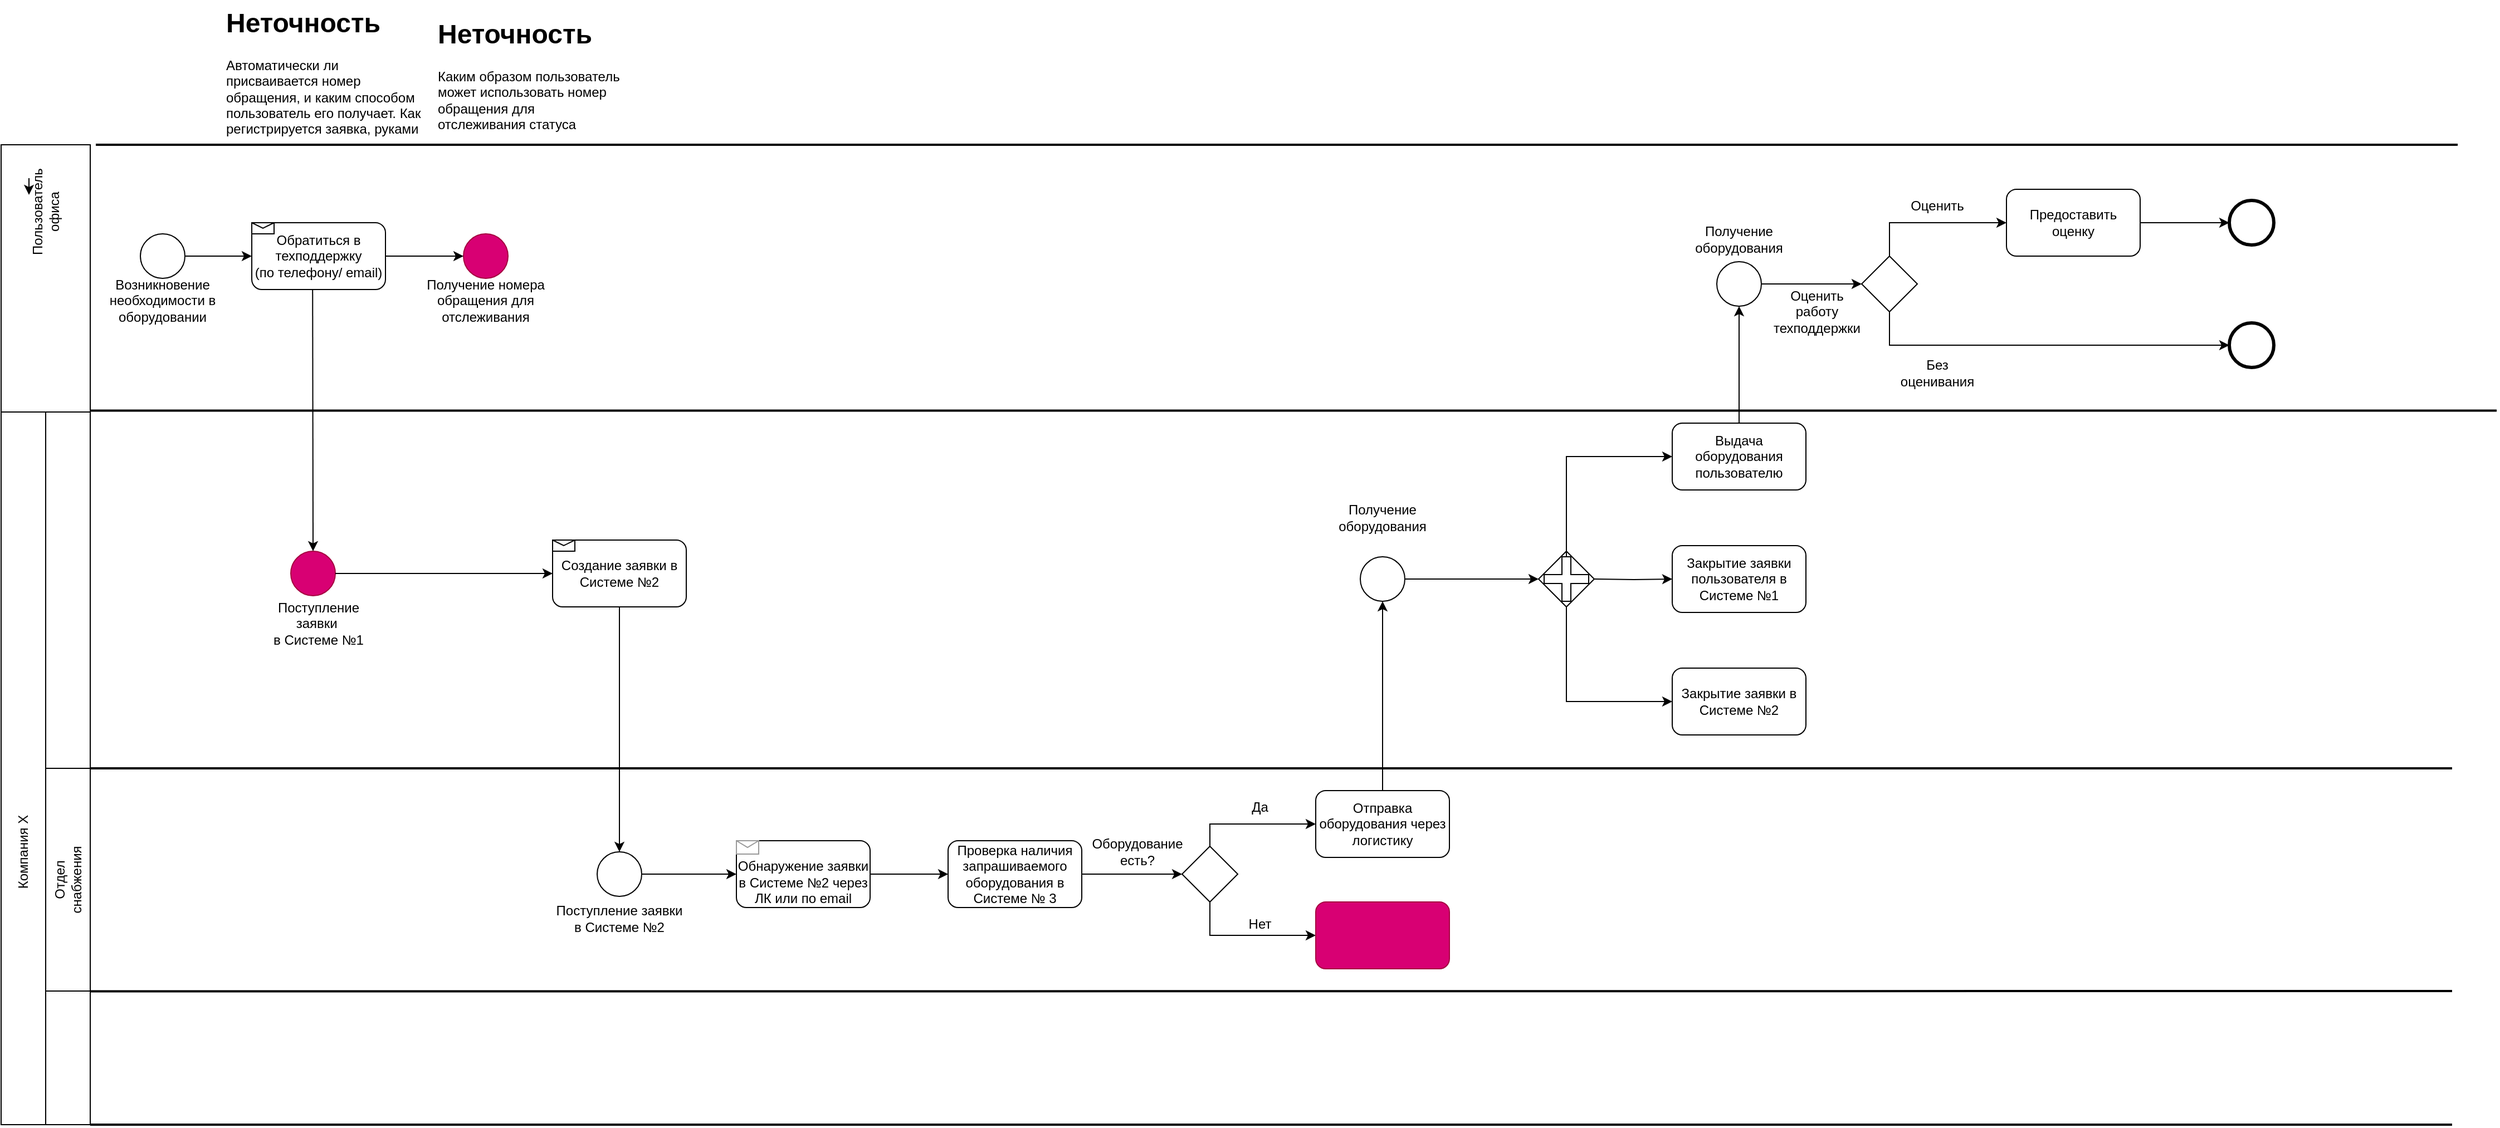
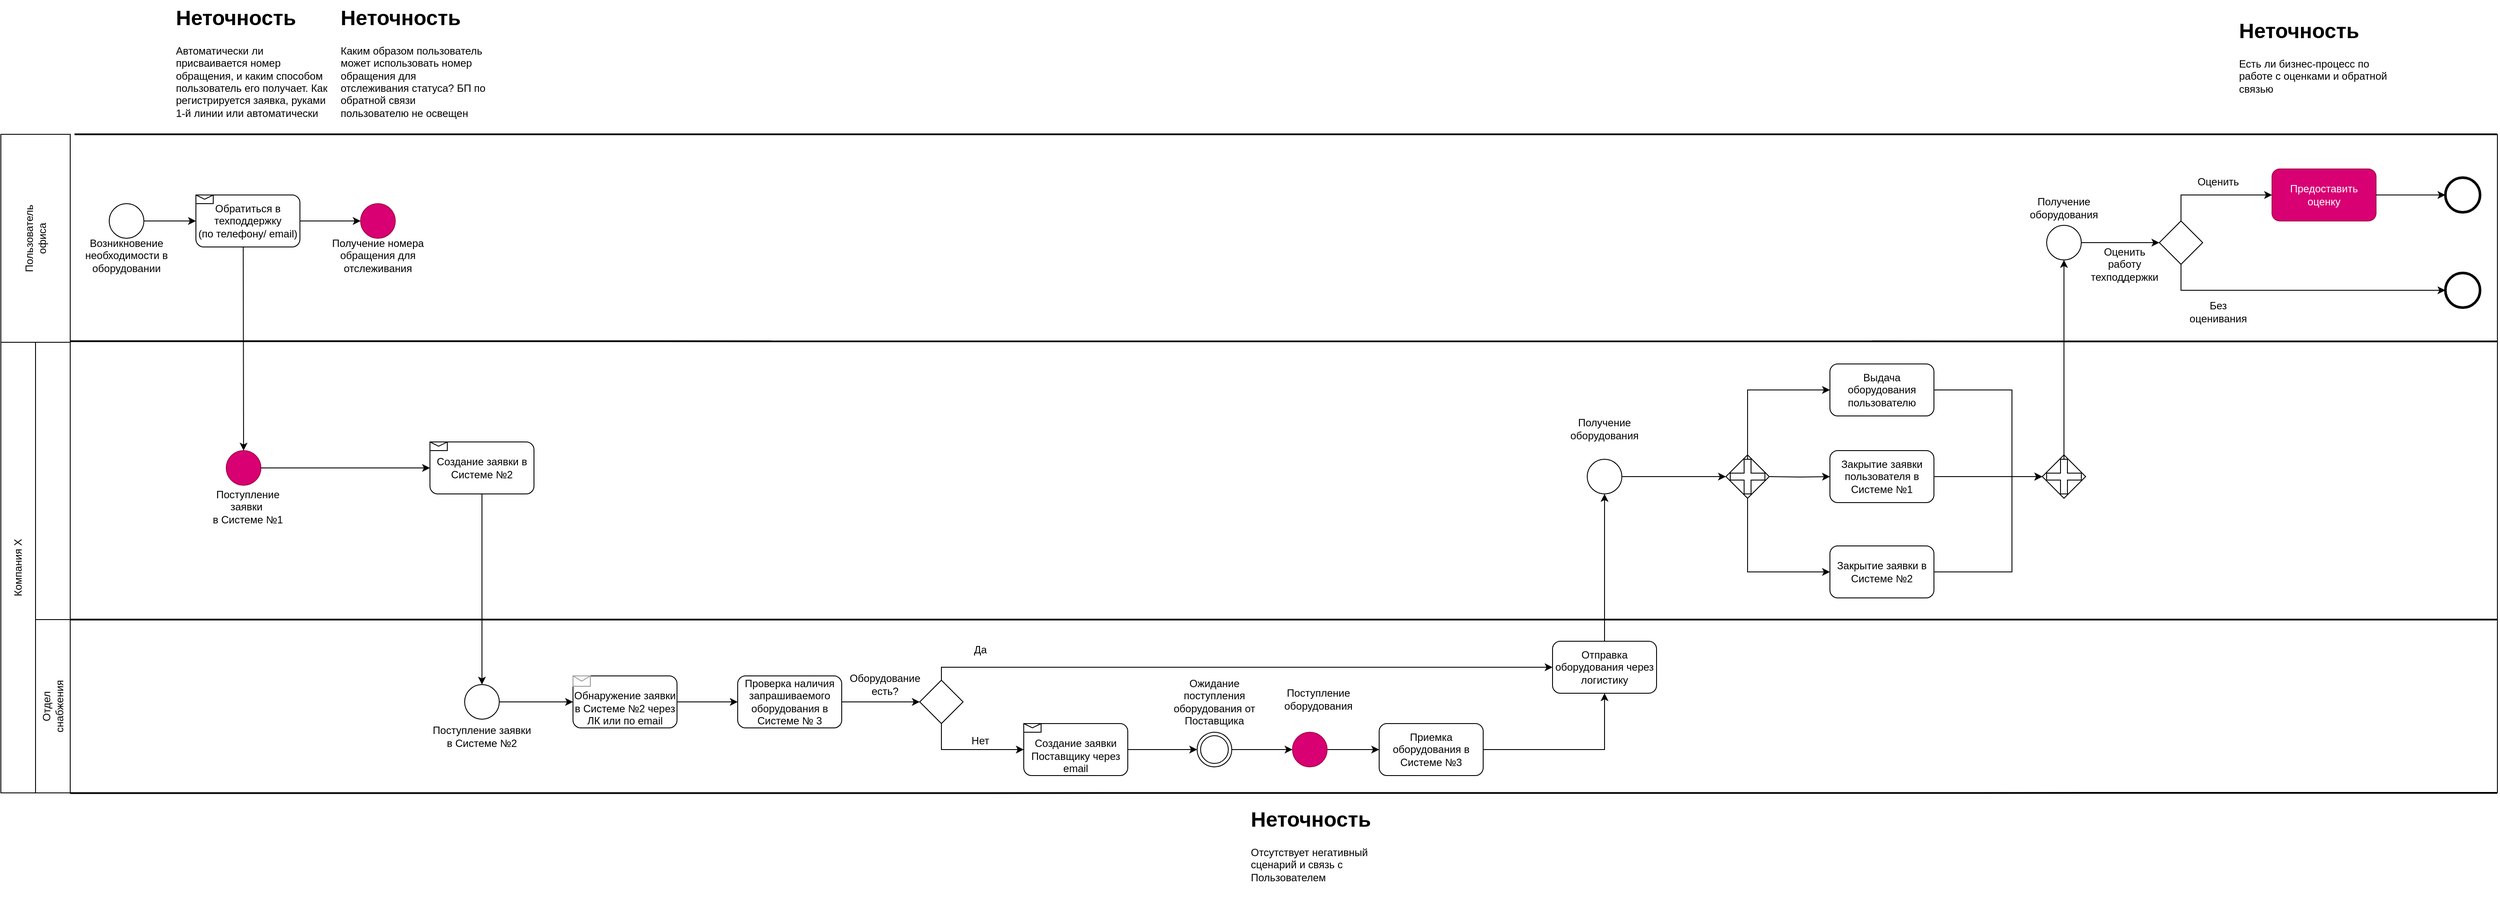
<mxfile host="app.diagrams.net">
  <diagram name="Страница-1" id="6SsGZVheudZXkR8IryFw">
-     <mxGraphModel dx="1664" dy="1674" grid="1" gridSize="10" guides="1" tooltips="1" connect="1" arrows="1" fold="1" page="0" pageScale="1" pageWidth="827" pageHeight="1169" background="none" math="0" shadow="0">
+     <mxGraphModel dx="2180" dy="1943" grid="1" gridSize="10" guides="1" tooltips="1" connect="1" arrows="1" fold="1" page="0" pageScale="1" pageWidth="827" pageHeight="1169" background="none" math="0" shadow="0">
      <root>
        <mxCell id="0" />
        <mxCell id="1" parent="0" />
        <mxCell id="Ya4lB5T6emN3ZDg_C6RV-1" parent="1" style="rounded=0;whiteSpace=wrap;html=1;" value="" vertex="1">
          <mxGeometry height="240" width="80" y="-320" as="geometry" />
        </mxCell>
        <mxCell id="Ya4lB5T6emN3ZDg_C6RV-2" parent="1" style="rounded=0;whiteSpace=wrap;html=1;" value="" vertex="1">
-           <mxGeometry height="640" width="40" y="-80" as="geometry" />
+           <mxGeometry height="520" width="40" y="-80" as="geometry" />
        </mxCell>
        <mxCell id="Ya4lB5T6emN3ZDg_C6RV-3" parent="1" style="text;html=1;whiteSpace=wrap;strokeColor=none;fillColor=none;align=center;verticalAlign=middle;rounded=0;rotation=-90;" value="Пользователь&lt;div&gt;офиса&lt;/div&gt;" vertex="1">
-           <mxGeometry height="30" width="60" x="10" y="-275" as="geometry" />
+           <mxGeometry height="30" width="60" x="10" y="-215" as="geometry" />
        </mxCell>
        <mxCell id="Ya4lB5T6emN3ZDg_C6RV-5" parent="1" style="text;html=1;whiteSpace=wrap;strokeColor=none;fillColor=none;align=center;verticalAlign=middle;rounded=0;rotation=-90;" value="Компания Х" vertex="1">
-           <mxGeometry height="30" width="80" x="-20" y="300" as="geometry" />
+           <mxGeometry height="30" width="80" x="-20" y="165" as="geometry" />
        </mxCell>
        <mxCell id="VbR1kJbd4s5ipAbFhgMN-2" edge="1" parent="1" style="endArrow=none;html=1;rounded=0;exitX=1;exitY=0;exitDx=0;exitDy=0;strokeColor=light-dark(#000000, #ffffff);strokeWidth=2;" value="">
          <mxGeometry height="50" relative="1" width="50" as="geometry">
            <mxPoint x="80" y="-81.25" as="sourcePoint" />
-             <mxPoint x="2240" y="-81.25" as="targetPoint" />
+             <mxPoint x="2880" y="-81" as="targetPoint" />
          </mxGeometry>
        </mxCell>
        <mxCell id="VbR1kJbd4s5ipAbFhgMN-4" parent="1" style="rounded=0;whiteSpace=wrap;html=1;" value="" vertex="1">
          <mxGeometry height="320" width="40" x="40" y="-80" as="geometry" />
        </mxCell>
        <mxCell id="VbR1kJbd4s5ipAbFhgMN-5" parent="1" style="rounded=0;whiteSpace=wrap;html=1;" value="" vertex="1">
          <mxGeometry height="200" width="40" x="40" y="240" as="geometry" />
        </mxCell>
-         <mxCell id="VbR1kJbd4s5ipAbFhgMN-6" parent="1" style="rounded=0;whiteSpace=wrap;html=1;" value="" vertex="1">
-           <mxGeometry height="120" width="40" x="40" y="440" as="geometry" />
-         </mxCell>
        <mxCell id="VbR1kJbd4s5ipAbFhgMN-7" edge="1" parent="1" source="VbR1kJbd4s5ipAbFhgMN-5" style="endArrow=none;html=1;rounded=0;exitX=1;exitY=0;exitDx=0;exitDy=0;strokeWidth=2;" value="">
          <mxGeometry height="50" relative="1" width="50" as="geometry">
            <mxPoint x="250" y="240" as="sourcePoint" />
-             <mxPoint x="2200" y="240" as="targetPoint" />
+             <mxPoint x="2880" y="240" as="targetPoint" />
          </mxGeometry>
        </mxCell>
        <mxCell id="VbR1kJbd4s5ipAbFhgMN-8" edge="1" parent="1" style="endArrow=none;html=1;rounded=0;exitX=1;exitY=0;exitDx=0;exitDy=0;strokeWidth=2;" value="">
          <mxGeometry height="50" relative="1" width="50" as="geometry">
            <mxPoint x="80" y="440.31" as="sourcePoint" />
-             <mxPoint x="2200" y="440" as="targetPoint" />
-           </mxGeometry>
-         </mxCell>
-         <mxCell id="VbR1kJbd4s5ipAbFhgMN-9" edge="1" parent="1" style="endArrow=none;html=1;rounded=0;exitX=1;exitY=0;exitDx=0;exitDy=0;strokeWidth=2;" value="">
-           <mxGeometry height="50" relative="1" width="50" as="geometry">
-             <mxPoint x="80" y="560" as="sourcePoint" />
-             <mxPoint x="2200" y="560" as="targetPoint" />
+             <mxPoint x="2880" y="440" as="targetPoint" />
          </mxGeometry>
        </mxCell>
        <mxCell id="VbR1kJbd4s5ipAbFhgMN-10" edge="1" parent="1" style="endArrow=none;html=1;rounded=0;exitX=1;exitY=0;exitDx=0;exitDy=0;strokeWidth=2;" value="">
          <mxGeometry height="50" relative="1" width="50" as="geometry">
            <mxPoint x="85" y="-320" as="sourcePoint" />
-             <mxPoint x="2205" y="-320" as="targetPoint" />
+             <mxPoint x="2880" y="-320" as="targetPoint" />
          </mxGeometry>
        </mxCell>
        <mxCell id="VbR1kJbd4s5ipAbFhgMN-11" parent="1" style="ellipse;whiteSpace=wrap;html=1;aspect=fixed;fillColor=none;" value="" vertex="1">
          <mxGeometry height="40" width="40" x="125" y="-240" as="geometry" />
        </mxCell>
        <mxCell id="VbR1kJbd4s5ipAbFhgMN-12" parent="1" style="text;html=1;whiteSpace=wrap;strokeColor=none;fillColor=none;align=center;verticalAlign=middle;rounded=0;" value="&lt;font&gt;Возникновение необходимости в оборудовании&lt;/font&gt;" vertex="1">
          <mxGeometry height="50" width="110" x="90" y="-205" as="geometry" />
        </mxCell>
        <mxCell id="VbR1kJbd4s5ipAbFhgMN-16" parent="1" style="ellipse;whiteSpace=wrap;html=1;aspect=fixed;fillColor=#d80073;fontColor=#ffffff;strokeColor=#A50040;" value="" vertex="1">
          <mxGeometry height="40" width="40" x="260" y="45.000000000000114" as="geometry" />
        </mxCell>
        <mxCell id="VbR1kJbd4s5ipAbFhgMN-17" parent="1" style="text;html=1;whiteSpace=wrap;strokeColor=none;fillColor=none;align=center;verticalAlign=middle;rounded=0;" value="Поступление заявки&amp;nbsp;&lt;div&gt;в Системе №1&lt;/div&gt;" vertex="1">
          <mxGeometry height="30" width="110" x="230" y="95" as="geometry" />
        </mxCell>
        <mxCell id="VbR1kJbd4s5ipAbFhgMN-20" parent="1" style="text;html=1;whiteSpace=wrap;strokeColor=none;fillColor=none;align=center;verticalAlign=middle;rounded=0;rotation=-90;" value="&lt;br&gt;&lt;span style=&quot;font-family: Helvetica; font-size: 12px; font-style: normal; font-variant-ligatures: normal; font-variant-caps: normal; font-weight: 400; letter-spacing: normal; orphans: 2; text-indent: 0px; text-transform: none; widows: 2; word-spacing: 0px; -webkit-text-stroke-width: 0px; white-space: normal; text-decoration-thickness: initial; text-decoration-style: initial; text-decoration-color: initial; float: none; display: inline !important;&quot;&gt;&lt;font style=&quot;color: light-dark(rgb(255, 255, 255), rgb(255, 255, 255));&quot;&gt;1-я линия техподдержки&lt;/font&gt;&lt;/span&gt;" vertex="1">
          <mxGeometry height="30" width="60" x="20" y="50" as="geometry" />
        </mxCell>
        <mxCell id="VbR1kJbd4s5ipAbFhgMN-21" parent="1" style="text;html=1;whiteSpace=wrap;overflow=hidden;rounded=0;" value="&lt;h1 style=&quot;margin-top: 0px;&quot;&gt;&lt;font style=&quot;color: light-dark(rgb(0, 0, 0), rgb(241, 156, 153));&quot;&gt;Неточность&lt;/font&gt;&lt;/h1&gt;&lt;p&gt;Автоматически ли присваивается номер обращения, и каким способом пользователь его получает. Как регистрируется заявка, руками 1-й линии или автоматически&lt;/p&gt;" vertex="1">
-           <mxGeometry height="120" width="180" x="200" y="-450" as="geometry" />
+           <mxGeometry height="150" width="180" x="200" y="-475" as="geometry" />
        </mxCell>
        <mxCell id="VbR1kJbd4s5ipAbFhgMN-23" parent="1" style="ellipse;whiteSpace=wrap;html=1;aspect=fixed;fillColor=#d80073;fontColor=#ffffff;strokeColor=#A50040;" value="" vertex="1">
          <mxGeometry height="40" width="40" x="415" y="-239.9999999999999" as="geometry" />
        </mxCell>
        <mxCell id="VbR1kJbd4s5ipAbFhgMN-24" parent="1" style="text;html=1;whiteSpace=wrap;strokeColor=none;fillColor=none;align=center;verticalAlign=middle;rounded=0;" value="Получение номера обращения для отслеживания" vertex="1">
          <mxGeometry height="30" width="130" x="370" y="-195" as="geometry" />
        </mxCell>
-         <mxCell id="VbR1kJbd4s5ipAbFhgMN-25" parent="1" style="text;html=1;whiteSpace=wrap;overflow=hidden;rounded=0;" value="&lt;h1 style=&quot;margin-top: 0px;&quot;&gt;&lt;font style=&quot;color: light-dark(rgb(0, 0, 0), rgb(241, 156, 153));&quot;&gt;Неточность&lt;/font&gt;&lt;/h1&gt;&lt;p&gt;Каким образом пользователь может использовать номер обращения для отслеживания статуса&lt;/p&gt;" vertex="1">
-           <mxGeometry height="120" width="170" x="390" y="-440" as="geometry" />
+         <mxCell id="VbR1kJbd4s5ipAbFhgMN-25" parent="1" style="text;html=1;whiteSpace=wrap;overflow=hidden;rounded=0;" value="&lt;h1 style=&quot;margin-top: 0px;&quot;&gt;&lt;font style=&quot;color: light-dark(rgb(0, 0, 0), rgb(241, 156, 153));&quot;&gt;Неточность&lt;/font&gt;&lt;/h1&gt;&lt;p&gt;Каким образом пользователь может использовать номер обращения для отслеживания статуса? БП по обратной связи пользователю не освещен&lt;/p&gt;" vertex="1">
+           <mxGeometry height="145" width="170" x="390" y="-475" as="geometry" />
        </mxCell>
        <mxCell id="VbR1kJbd4s5ipAbFhgMN-26" edge="1" parent="1" source="VbR1kJbd4s5ipAbFhgMN-11" style="endArrow=classic;html=1;rounded=0;exitX=1;exitY=0.5;exitDx=0;exitDy=0;entryX=0;entryY=0.5;entryDx=0;entryDy=0;" target="VbR1kJbd4s5ipAbFhgMN-37" value="">
          <mxGeometry height="50" relative="1" width="50" as="geometry">
            <mxPoint x="160.00000000000352" y="-19.5" as="sourcePoint" />
            <mxPoint x="220" y="-20" as="targetPoint" />
          </mxGeometry>
        </mxCell>
        <mxCell id="VbR1kJbd4s5ipAbFhgMN-27" edge="1" parent="1" source="VbR1kJbd4s5ipAbFhgMN-37" style="endArrow=classic;html=1;rounded=0;exitX=1;exitY=0.5;exitDx=0;exitDy=0;entryX=0;entryY=0.5;entryDx=0;entryDy=0;" target="VbR1kJbd4s5ipAbFhgMN-23" value="">
          <mxGeometry height="50" relative="1" width="50" as="geometry">
            <mxPoint x="340" y="-20" as="sourcePoint" />
            <mxPoint x="450" y="5" as="targetPoint" />
          </mxGeometry>
        </mxCell>
        <mxCell id="VbR1kJbd4s5ipAbFhgMN-28" edge="1" parent="1" source="VbR1kJbd4s5ipAbFhgMN-37" style="endArrow=classic;html=1;rounded=0;exitX=0.455;exitY=0.976;exitDx=0;exitDy=0;entryX=0.5;entryY=0;entryDx=0;entryDy=0;exitPerimeter=0;" target="VbR1kJbd4s5ipAbFhgMN-16" value="">
          <mxGeometry height="50" relative="1" width="50" as="geometry">
            <mxPoint x="280" y="-20" as="sourcePoint" />
            <mxPoint x="380" y="-5" as="targetPoint" />
          </mxGeometry>
        </mxCell>
        <mxCell id="VbR1kJbd4s5ipAbFhgMN-30" edge="1" parent="1" source="VbR1kJbd4s5ipAbFhgMN-16" style="endArrow=classic;html=1;rounded=0;exitX=1;exitY=0.5;exitDx=0;exitDy=0;entryX=0;entryY=0.5;entryDx=0;entryDy=0;" value="">
          <mxGeometry height="50" relative="1" width="50" as="geometry">
            <mxPoint x="660" y="125" as="sourcePoint" />
            <mxPoint x="495" y="65" as="targetPoint" />
          </mxGeometry>
        </mxCell>
        <mxCell id="VbR1kJbd4s5ipAbFhgMN-31" parent="1" style="ellipse;whiteSpace=wrap;html=1;aspect=fixed;fillColor=none;" value="" vertex="1">
          <mxGeometry height="40" width="40" x="535" y="315.0000000000001" as="geometry" />
        </mxCell>
        <mxCell id="VbR1kJbd4s5ipAbFhgMN-32" parent="1" style="text;html=1;whiteSpace=wrap;strokeColor=none;fillColor=none;align=center;verticalAlign=middle;rounded=0;rotation=-90;" value="Отдел снабжения" vertex="1">
          <mxGeometry height="30" width="60" x="30" y="325" as="geometry" />
        </mxCell>
        <mxCell id="VbR1kJbd4s5ipAbFhgMN-33" parent="1" style="text;html=1;whiteSpace=wrap;strokeColor=none;fillColor=none;align=center;verticalAlign=middle;rounded=0;" value="Поступление заявки в Системе №2" vertex="1">
          <mxGeometry height="30" width="120" x="495" y="360" as="geometry" />
        </mxCell>
        <mxCell id="VbR1kJbd4s5ipAbFhgMN-35" edge="1" parent="1" source="VbR1kJbd4s5ipAbFhgMN-36" style="endArrow=classic;html=1;rounded=0;exitX=0.5;exitY=1;exitDx=0;exitDy=0;entryX=0.5;entryY=0;entryDx=0;entryDy=0;" target="VbR1kJbd4s5ipAbFhgMN-31" value="">
          <mxGeometry height="50" relative="1" width="50" as="geometry">
            <mxPoint x="555" y="200" as="sourcePoint" />
            <mxPoint x="780" y="250" as="targetPoint" />
          </mxGeometry>
        </mxCell>
        <mxCell id="VbR1kJbd4s5ipAbFhgMN-36" parent="1" style="rounded=1;whiteSpace=wrap;html=1;" value="Создание заявки в Системе №2" vertex="1">
          <mxGeometry height="60" width="120" x="495" y="35" as="geometry" />
        </mxCell>
        <mxCell id="VbR1kJbd4s5ipAbFhgMN-37" parent="1" style="rounded=1;whiteSpace=wrap;html=1;" value="Обратиться в техподдержку&lt;div&gt;(по телефону/ email)&lt;/div&gt;" vertex="1">
          <mxGeometry height="60" width="120" x="225" y="-250" as="geometry" />
        </mxCell>
        <mxCell id="VbR1kJbd4s5ipAbFhgMN-38" parent="1" style="shape=message;html=1;html=1;outlineConnect=0;labelPosition=center;verticalLabelPosition=bottom;align=center;verticalAlign=top;" value="" vertex="1">
          <mxGeometry height="10" width="20" x="225" y="-250" as="geometry" />
        </mxCell>
        <mxCell id="VbR1kJbd4s5ipAbFhgMN-41" parent="1" style="shape=message;html=1;html=1;outlineConnect=0;labelPosition=center;verticalLabelPosition=bottom;align=center;verticalAlign=top;" value="" vertex="1">
          <mxGeometry height="10" width="20" x="495" y="35" as="geometry" />
        </mxCell>
        <mxCell id="VbR1kJbd4s5ipAbFhgMN-46" edge="1" parent="1" source="VbR1kJbd4s5ipAbFhgMN-42" style="edgeStyle=orthogonalEdgeStyle;rounded=0;orthogonalLoop=1;jettySize=auto;html=1;exitX=1;exitY=0.5;exitDx=0;exitDy=0;entryX=0;entryY=0.5;entryDx=0;entryDy=0;" target="VbR1kJbd4s5ipAbFhgMN-45">
          <mxGeometry relative="1" as="geometry" />
        </mxCell>
-         <mxCell id="VbR1kJbd4s5ipAbFhgMN-42" parent="1" style="rounded=1;whiteSpace=wrap;html=1;" value="&lt;div&gt;&lt;br&gt;&lt;/div&gt;Обнаружение заявки в Системе №2 через ЛК или по email" vertex="1">
+         <mxCell id="VbR1kJbd4s5ipAbFhgMN-42" parent="1" style="rounded=1;whiteSpace=wrap;html=1;" value="&lt;div&gt;&lt;br&gt;&lt;/div&gt;&lt;div&gt;Обнаружение заявки в Системе №2 через ЛК или по email&lt;/div&gt;" vertex="1">
          <mxGeometry height="60" width="120" x="660" y="305" as="geometry" />
        </mxCell>
        <mxCell id="VbR1kJbd4s5ipAbFhgMN-43" parent="1" style="verticalLabelPosition=bottom;shadow=0;dashed=0;align=center;html=1;verticalAlign=top;strokeWidth=1;shape=mxgraph.mockup.misc.mail2;strokeColor=#999999;" value="" vertex="1">
          <mxGeometry height="12" width="20" x="660" y="305" as="geometry" />
        </mxCell>
        <mxCell id="VbR1kJbd4s5ipAbFhgMN-44" edge="1" parent="1" source="VbR1kJbd4s5ipAbFhgMN-31" style="endArrow=classic;html=1;rounded=0;exitX=1;exitY=0.5;exitDx=0;exitDy=0;entryX=0;entryY=0.5;entryDx=0;entryDy=0;" target="VbR1kJbd4s5ipAbFhgMN-42" value="">
          <mxGeometry height="50" relative="1" width="50" as="geometry">
            <mxPoint x="760" y="315" as="sourcePoint" />
            <mxPoint x="810" y="265" as="targetPoint" />
          </mxGeometry>
        </mxCell>
        <mxCell id="VbR1kJbd4s5ipAbFhgMN-49" edge="1" parent="1" source="VbR1kJbd4s5ipAbFhgMN-45" style="edgeStyle=orthogonalEdgeStyle;rounded=0;orthogonalLoop=1;jettySize=auto;html=1;exitX=1;exitY=0.5;exitDx=0;exitDy=0;entryX=0;entryY=0.5;entryDx=0;entryDy=0;" target="VbR1kJbd4s5ipAbFhgMN-47">
          <mxGeometry relative="1" as="geometry" />
        </mxCell>
        <mxCell id="VbR1kJbd4s5ipAbFhgMN-45" parent="1" style="rounded=1;whiteSpace=wrap;html=1;" value="Проверка наличия запрашиваемого оборудования в Системе № 3" vertex="1">
          <mxGeometry height="60" width="120" x="850" y="305" as="geometry" />
        </mxCell>
        <mxCell id="VbR1kJbd4s5ipAbFhgMN-58" edge="1" parent="1" source="VbR1kJbd4s5ipAbFhgMN-47" style="edgeStyle=orthogonalEdgeStyle;rounded=0;orthogonalLoop=1;jettySize=auto;html=1;exitX=0.5;exitY=0;exitDx=0;exitDy=0;entryX=0;entryY=0.5;entryDx=0;entryDy=0;" target="VbR1kJbd4s5ipAbFhgMN-52">
          <mxGeometry relative="1" as="geometry">
            <Array as="points">
-               <mxPoint x="1085" y="290" />
-               <mxPoint x="1180" y="290" />
+               <mxPoint x="1085" y="295" />
            </Array>
            <mxPoint x="1150" y="320" as="targetPoint" />
          </mxGeometry>
        </mxCell>
        <mxCell id="VbR1kJbd4s5ipAbFhgMN-60" edge="1" parent="1" source="VbR1kJbd4s5ipAbFhgMN-47" style="edgeStyle=orthogonalEdgeStyle;rounded=0;orthogonalLoop=1;jettySize=auto;html=1;entryX=0;entryY=0.5;entryDx=0;entryDy=0;exitX=0.5;exitY=1;exitDx=0;exitDy=0;" target="VbR1kJbd4s5ipAbFhgMN-59">
          <mxGeometry relative="1" as="geometry">
            <mxPoint x="1085" y="410" as="targetPoint" />
          </mxGeometry>
        </mxCell>
        <mxCell id="VbR1kJbd4s5ipAbFhgMN-47" parent="1" style="rhombus;whiteSpace=wrap;html=1;" value="" vertex="1">
          <mxGeometry height="50" width="50" x="1060" y="310" as="geometry" />
        </mxCell>
        <mxCell id="VbR1kJbd4s5ipAbFhgMN-48" parent="1" style="text;html=1;whiteSpace=wrap;strokeColor=none;fillColor=none;align=center;verticalAlign=middle;rounded=0;" value="Оборудование есть?" vertex="1">
          <mxGeometry height="30" width="60" x="990" y="300" as="geometry" />
        </mxCell>
        <mxCell id="VbR1kJbd4s5ipAbFhgMN-51" parent="1" style="text;html=1;whiteSpace=wrap;strokeColor=none;fillColor=none;align=center;verticalAlign=middle;rounded=0;" value="Да" vertex="1">
          <mxGeometry height="30" width="60" x="1100" y="260" as="geometry" />
        </mxCell>
        <mxCell id="VbR1kJbd4s5ipAbFhgMN-56" edge="1" parent="1" source="VbR1kJbd4s5ipAbFhgMN-52" style="edgeStyle=orthogonalEdgeStyle;rounded=0;orthogonalLoop=1;jettySize=auto;html=1;exitX=0.5;exitY=0;exitDx=0;exitDy=0;entryX=0.5;entryY=1;entryDx=0;entryDy=0;" target="VbR1kJbd4s5ipAbFhgMN-54">
          <mxGeometry relative="1" as="geometry" />
        </mxCell>
        <mxCell id="VbR1kJbd4s5ipAbFhgMN-52" parent="1" style="rounded=1;whiteSpace=wrap;html=1;" value="Отправка оборудования через логистику" vertex="1">
-           <mxGeometry height="60" width="120" x="1180" y="260" as="geometry" />
+           <mxGeometry height="60" width="120" x="1790" y="265" as="geometry" />
        </mxCell>
        <mxCell id="VbR1kJbd4s5ipAbFhgMN-69" edge="1" parent="1" source="VbR1kJbd4s5ipAbFhgMN-54" style="edgeStyle=orthogonalEdgeStyle;rounded=0;orthogonalLoop=1;jettySize=auto;html=1;">
          <mxGeometry relative="1" as="geometry">
-             <mxPoint x="1380" y="70" as="targetPoint" />
+             <mxPoint x="1990" y="75" as="targetPoint" />
          </mxGeometry>
        </mxCell>
        <mxCell id="VbR1kJbd4s5ipAbFhgMN-54" parent="1" style="ellipse;whiteSpace=wrap;html=1;aspect=fixed;fillColor=none;" value="" vertex="1">
-           <mxGeometry height="40" width="40" x="1220" y="50.000000000000114" as="geometry" />
+           <mxGeometry height="40" width="40" x="1830" y="55.000000000000114" as="geometry" />
        </mxCell>
        <mxCell id="VbR1kJbd4s5ipAbFhgMN-55" parent="1" style="text;html=1;whiteSpace=wrap;strokeColor=none;fillColor=none;align=center;verticalAlign=middle;rounded=0;" value="Получение оборудования" vertex="1">
-           <mxGeometry height="30" width="60" x="1210" as="geometry" />
-         </mxCell>
-         <mxCell id="VbR1kJbd4s5ipAbFhgMN-59" parent="1" style="rounded=1;whiteSpace=wrap;html=1;fillColor=#d80073;fontColor=#ffffff;strokeColor=#A50040;" value="" vertex="1">
+           <mxGeometry height="30" width="60" x="1820" y="5" as="geometry" />
+         </mxCell>
+         <mxCell id="VbR1kJbd4s5ipAbFhgMN-59" parent="1" style="rounded=1;whiteSpace=wrap;html=1;" value="&lt;div&gt;&lt;br&gt;&lt;/div&gt;&lt;div&gt;Создание заявки Поставщику через email&lt;/div&gt;" vertex="1">
          <mxGeometry height="60" width="120" x="1180" y="360" as="geometry" />
        </mxCell>
        <mxCell id="VbR1kJbd4s5ipAbFhgMN-61" parent="1" style="text;html=1;whiteSpace=wrap;strokeColor=none;fillColor=none;align=center;verticalAlign=middle;rounded=0;" value="Нет" vertex="1">
          <mxGeometry height="30" width="60" x="1100" y="365" as="geometry" />
        </mxCell>
-         <mxCell id="VbR1kJbd4s5ipAbFhgMN-78" edge="1" parent="1" source="VbR1kJbd4s5ipAbFhgMN-62" style="edgeStyle=orthogonalEdgeStyle;rounded=0;orthogonalLoop=1;jettySize=auto;html=1;exitX=0.5;exitY=0;exitDx=0;exitDy=0;entryX=0.5;entryY=1;entryDx=0;entryDy=0;" target="VbR1kJbd4s5ipAbFhgMN-71">
-           <mxGeometry relative="1" as="geometry" />
+         <mxCell id="VbR1kJbd4s5ipAbFhgMN-112" edge="1" parent="1" source="VbR1kJbd4s5ipAbFhgMN-62" style="edgeStyle=orthogonalEdgeStyle;rounded=0;orthogonalLoop=1;jettySize=auto;html=1;exitX=1;exitY=0.5;exitDx=0;exitDy=0;entryX=0;entryY=0.5;entryDx=0;entryDy=0;" target="VbR1kJbd4s5ipAbFhgMN-110">
+           <mxGeometry relative="1" as="geometry">
+             <Array as="points">
+               <mxPoint x="2320" y="-25" />
+               <mxPoint x="2320" y="75" />
+             </Array>
+           </mxGeometry>
        </mxCell>
        <mxCell id="VbR1kJbd4s5ipAbFhgMN-62" parent="1" style="rounded=1;whiteSpace=wrap;html=1;" value="Выдача оборудования пользователю" vertex="1">
-           <mxGeometry height="60" width="120" x="1500" y="-70" as="geometry" />
-         </mxCell>
-         <mxCell id="VbR1kJbd4s5ipAbFhgMN-63" edge="1" parent="1" source="Ya4lB5T6emN3ZDg_C6RV-3" style="edgeStyle=orthogonalEdgeStyle;rounded=0;orthogonalLoop=1;jettySize=auto;html=1;exitX=1;exitY=0;exitDx=0;exitDy=0;entryX=0.75;entryY=0;entryDx=0;entryDy=0;" target="Ya4lB5T6emN3ZDg_C6RV-3">
+           <mxGeometry height="60" width="120" x="2110" y="-55" as="geometry" />
+         </mxCell>
+         <mxCell id="VbR1kJbd4s5ipAbFhgMN-114" edge="1" parent="1" source="VbR1kJbd4s5ipAbFhgMN-65" style="edgeStyle=orthogonalEdgeStyle;rounded=0;orthogonalLoop=1;jettySize=auto;html=1;exitX=1;exitY=0.5;exitDx=0;exitDy=0;entryX=0;entryY=0.5;entryDx=0;entryDy=0;" target="VbR1kJbd4s5ipAbFhgMN-110">
          <mxGeometry relative="1" as="geometry" />
        </mxCell>
        <mxCell id="VbR1kJbd4s5ipAbFhgMN-65" parent="1" style="rounded=1;whiteSpace=wrap;html=1;" value="Закрытие заявки пользователя в Системе №1" vertex="1">
-           <mxGeometry height="60" width="120" x="1500" y="40" as="geometry" />
+           <mxGeometry height="60" width="120" x="2110" y="45" as="geometry" />
+         </mxCell>
+         <mxCell id="VbR1kJbd4s5ipAbFhgMN-113" edge="1" parent="1" source="VbR1kJbd4s5ipAbFhgMN-66" style="edgeStyle=orthogonalEdgeStyle;rounded=0;orthogonalLoop=1;jettySize=auto;html=1;exitX=1;exitY=0.5;exitDx=0;exitDy=0;entryX=0;entryY=0.5;entryDx=0;entryDy=0;" target="VbR1kJbd4s5ipAbFhgMN-110">
+           <mxGeometry relative="1" as="geometry">
+             <Array as="points">
+               <mxPoint x="2320" y="185" />
+               <mxPoint x="2320" y="75" />
+             </Array>
+           </mxGeometry>
        </mxCell>
        <mxCell id="VbR1kJbd4s5ipAbFhgMN-66" parent="1" style="rounded=1;whiteSpace=wrap;html=1;" value="Закрытие заявки в Системе №2" vertex="1">
-           <mxGeometry height="60" width="120" x="1500" y="150" as="geometry" />
+           <mxGeometry height="60" width="120" x="2110" y="155" as="geometry" />
        </mxCell>
        <mxCell id="VbR1kJbd4s5ipAbFhgMN-77" edge="1" parent="1" source="VbR1kJbd4s5ipAbFhgMN-67" style="edgeStyle=orthogonalEdgeStyle;rounded=0;orthogonalLoop=1;jettySize=auto;html=1;entryX=0;entryY=0.5;entryDx=0;entryDy=0;" target="VbR1kJbd4s5ipAbFhgMN-66">
          <mxGeometry relative="1" as="geometry">
            <Array as="points">
-               <mxPoint x="1405" y="180" />
+               <mxPoint x="2015" y="185" />
            </Array>
          </mxGeometry>
        </mxCell>
        <mxCell id="VbR1kJbd4s5ipAbFhgMN-67" parent="1" style="rhombus;whiteSpace=wrap;html=1;" value="" vertex="1">
-           <mxGeometry height="50" width="50" x="1380" y="45" as="geometry" />
+           <mxGeometry height="50" width="50" x="1990" y="50" as="geometry" />
        </mxCell>
        <mxCell id="VbR1kJbd4s5ipAbFhgMN-70" edge="1" parent="1" style="edgeStyle=orthogonalEdgeStyle;rounded=0;orthogonalLoop=1;jettySize=auto;html=1;entryX=0;entryY=0.5;entryDx=0;entryDy=0;" target="VbR1kJbd4s5ipAbFhgMN-65">
          <mxGeometry relative="1" as="geometry">
-             <mxPoint x="1430" y="70" as="sourcePoint" />
+             <mxPoint x="2040" y="75" as="sourcePoint" />
          </mxGeometry>
        </mxCell>
        <mxCell id="VbR1kJbd4s5ipAbFhgMN-79" edge="1" parent="1" source="VbR1kJbd4s5ipAbFhgMN-71" style="edgeStyle=orthogonalEdgeStyle;rounded=0;orthogonalLoop=1;jettySize=auto;html=1;">
          <mxGeometry relative="1" as="geometry">
-             <mxPoint x="1670" y="-195" as="targetPoint" />
+             <mxPoint x="2490" y="-195" as="targetPoint" />
          </mxGeometry>
        </mxCell>
        <mxCell id="VbR1kJbd4s5ipAbFhgMN-71" parent="1" style="ellipse;whiteSpace=wrap;html=1;aspect=fixed;fillColor=none;" value="" vertex="1">
-           <mxGeometry height="40" width="40" x="1540" y="-215" as="geometry" />
+           <mxGeometry height="40" width="40" x="2360" y="-215" as="geometry" />
        </mxCell>
        <mxCell id="VbR1kJbd4s5ipAbFhgMN-72" parent="1" style="text;html=1;whiteSpace=wrap;strokeColor=none;fillColor=none;align=center;verticalAlign=middle;rounded=0;" value="Получение оборудования" vertex="1">
-           <mxGeometry height="30" width="60" x="1530" y="-250" as="geometry" />
-         </mxCell>
-         <mxCell id="VbR1kJbd4s5ipAbFhgMN-76" edge="1" parent="1" source="VbR1kJbd4s5ipAbFhgMN-73" style="edgeStyle=orthogonalEdgeStyle;rounded=0;orthogonalLoop=1;jettySize=auto;html=1;entryX=0;entryY=0.5;entryDx=0;entryDy=0;exitX=0.5;exitY=0;exitDx=0;exitDy=0;exitPerimeter=0;" target="VbR1kJbd4s5ipAbFhgMN-62">
-           <mxGeometry relative="1" as="geometry">
-             <Array as="points">
-               <mxPoint x="1405" y="-40" />
-             </Array>
-             <mxPoint x="1405" y="40" as="sourcePoint" />
-             <mxPoint x="1400" y="-40" as="targetPoint" />
+           <mxGeometry height="30" width="60" x="2350" y="-250" as="geometry" />
+         </mxCell>
+         <mxCell id="VbR1kJbd4s5ipAbFhgMN-76" edge="1" parent="1" source="VbR1kJbd4s5ipAbFhgMN-73" style="edgeStyle=orthogonalEdgeStyle;rounded=0;orthogonalLoop=1;jettySize=auto;html=1;exitX=0.5;exitY=0;exitDx=0;exitDy=0;exitPerimeter=0;">
+           <mxGeometry relative="1" as="geometry">
+             <Array as="points">
+               <mxPoint x="2015" y="-25" />
+               <mxPoint x="2110" y="-25" />
+             </Array>
+             <mxPoint x="2015" y="45" as="sourcePoint" />
+             <mxPoint x="2110" y="-25" as="targetPoint" />
          </mxGeometry>
        </mxCell>
        <mxCell id="VbR1kJbd4s5ipAbFhgMN-73" parent="1" style="shape=cross;whiteSpace=wrap;html=1;" value="" vertex="1">
-           <mxGeometry height="40" width="40" x="1385" y="50" as="geometry" />
+           <mxGeometry height="40" width="40" x="1995" y="55" as="geometry" />
        </mxCell>
        <mxCell id="VbR1kJbd4s5ipAbFhgMN-87" edge="1" parent="1" source="VbR1kJbd4s5ipAbFhgMN-74" style="edgeStyle=orthogonalEdgeStyle;rounded=0;orthogonalLoop=1;jettySize=auto;html=1;entryX=0;entryY=0.5;entryDx=0;entryDy=0;" target="VbR1kJbd4s5ipAbFhgMN-85">
          <mxGeometry relative="1" as="geometry">
            <Array as="points">
-               <mxPoint x="1695" y="-250" />
+               <mxPoint x="2515" y="-250" />
            </Array>
          </mxGeometry>
        </mxCell>
        <mxCell id="VbR1kJbd4s5ipAbFhgMN-74" parent="1" style="rhombus;whiteSpace=wrap;html=1;" value="" vertex="1">
-           <mxGeometry height="50" width="50" x="1670" y="-220" as="geometry" />
+           <mxGeometry height="50" width="50" x="2490" y="-220" as="geometry" />
        </mxCell>
        <mxCell id="VbR1kJbd4s5ipAbFhgMN-81" parent="1" style="points=[[0.145,0.145,0],[0.5,0,0],[0.855,0.145,0],[1,0.5,0],[0.855,0.855,0],[0.5,1,0],[0.145,0.855,0],[0,0.5,0]];shape=mxgraph.bpmn.event;html=1;verticalLabelPosition=bottom;labelBackgroundColor=#ffffff;verticalAlign=top;align=center;perimeter=ellipsePerimeter;outlineConnect=0;aspect=fixed;outline=end;symbol=terminate2;" value="" vertex="1">
-           <mxGeometry height="40" width="40" x="2000" y="-160" as="geometry" />
+           <mxGeometry height="40" width="40" x="2820" y="-160" as="geometry" />
        </mxCell>
        <mxCell id="VbR1kJbd4s5ipAbFhgMN-82" edge="1" parent="1" style="edgeStyle=orthogonalEdgeStyle;rounded=0;orthogonalLoop=1;jettySize=auto;html=1;entryX=0;entryY=0.5;entryDx=0;entryDy=0;entryPerimeter=0;" target="VbR1kJbd4s5ipAbFhgMN-81">
          <mxGeometry relative="1" as="geometry">
            <Array as="points">
-               <mxPoint x="1695" y="-140" />
-             </Array>
-             <mxPoint x="1695" y="-170" as="sourcePoint" />
+               <mxPoint x="2515" y="-140" />
+             </Array>
+             <mxPoint x="2515" y="-170" as="sourcePoint" />
          </mxGeometry>
        </mxCell>
        <mxCell id="VbR1kJbd4s5ipAbFhgMN-83" parent="1" style="text;html=1;whiteSpace=wrap;strokeColor=none;fillColor=none;align=center;verticalAlign=middle;rounded=0;" value="Оценить работу техподдержки" vertex="1">
-           <mxGeometry height="30" width="60" x="1600" y="-185" as="geometry" />
+           <mxGeometry height="30" width="60" x="2420" y="-185" as="geometry" />
        </mxCell>
        <mxCell id="VbR1kJbd4s5ipAbFhgMN-84" parent="1" style="text;html=1;whiteSpace=wrap;strokeColor=none;fillColor=none;align=center;verticalAlign=middle;rounded=0;" value="Без оценивания" vertex="1">
-           <mxGeometry height="30" width="60" x="1707.5" y="-130" as="geometry" />
-         </mxCell>
-         <mxCell id="VbR1kJbd4s5ipAbFhgMN-85" parent="1" style="rounded=1;whiteSpace=wrap;html=1;" value="Предоставить оценку" vertex="1">
-           <mxGeometry height="60" width="120" x="1800" y="-280" as="geometry" />
+           <mxGeometry height="30" width="60" x="2527.5" y="-130" as="geometry" />
+         </mxCell>
+         <mxCell id="VbR1kJbd4s5ipAbFhgMN-85" parent="1" style="rounded=1;whiteSpace=wrap;html=1;fillColor=#d80073;fontColor=#ffffff;strokeColor=#A50040;" value="Предоставить оценку" vertex="1">
+           <mxGeometry height="60" width="120" x="2620" y="-280" as="geometry" />
        </mxCell>
        <mxCell id="VbR1kJbd4s5ipAbFhgMN-86" parent="1" style="points=[[0.145,0.145,0],[0.5,0,0],[0.855,0.145,0],[1,0.5,0],[0.855,0.855,0],[0.5,1,0],[0.145,0.855,0],[0,0.5,0]];shape=mxgraph.bpmn.event;html=1;verticalLabelPosition=bottom;labelBackgroundColor=#ffffff;verticalAlign=top;align=center;perimeter=ellipsePerimeter;outlineConnect=0;aspect=fixed;outline=end;symbol=terminate2;" value="" vertex="1">
-           <mxGeometry height="40" width="40" x="2000" y="-270" as="geometry" />
+           <mxGeometry height="40" width="40" x="2820" y="-270" as="geometry" />
        </mxCell>
        <mxCell id="VbR1kJbd4s5ipAbFhgMN-88" edge="1" parent="1" source="VbR1kJbd4s5ipAbFhgMN-85" style="edgeStyle=orthogonalEdgeStyle;rounded=0;orthogonalLoop=1;jettySize=auto;html=1;entryX=0;entryY=0.5;entryDx=0;entryDy=0;entryPerimeter=0;" target="VbR1kJbd4s5ipAbFhgMN-86">
          <mxGeometry relative="1" as="geometry" />
        </mxCell>
        <mxCell id="VbR1kJbd4s5ipAbFhgMN-89" parent="1" style="text;html=1;whiteSpace=wrap;strokeColor=none;fillColor=none;align=center;verticalAlign=middle;rounded=0;" value="Оценить" vertex="1">
-           <mxGeometry height="30" width="60" x="1707.5" y="-280" as="geometry" />
+           <mxGeometry height="30" width="60" x="2527.5" y="-280" as="geometry" />
+         </mxCell>
+         <mxCell id="VbR1kJbd4s5ipAbFhgMN-91" parent="1" style="shape=message;html=1;html=1;outlineConnect=0;labelPosition=center;verticalLabelPosition=bottom;align=center;verticalAlign=top;" value="" vertex="1">
+           <mxGeometry height="10" width="20" x="1180" y="360" as="geometry" />
+         </mxCell>
+         <mxCell id="VbR1kJbd4s5ipAbFhgMN-104" edge="1" parent="1" source="VbR1kJbd4s5ipAbFhgMN-93" style="edgeStyle=orthogonalEdgeStyle;rounded=0;orthogonalLoop=1;jettySize=auto;html=1;exitX=1;exitY=0.5;exitDx=0;exitDy=0;entryX=0;entryY=0.5;entryDx=0;entryDy=0;" target="VbR1kJbd4s5ipAbFhgMN-101">
+           <mxGeometry relative="1" as="geometry" />
+         </mxCell>
+         <mxCell id="VbR1kJbd4s5ipAbFhgMN-93" parent="1" style="ellipse;shape=doubleEllipse;whiteSpace=wrap;html=1;aspect=fixed;" value="" vertex="1">
+           <mxGeometry height="40" width="40" x="1380" y="370" as="geometry" />
+         </mxCell>
+         <mxCell id="VbR1kJbd4s5ipAbFhgMN-94" edge="1" parent="1" source="VbR1kJbd4s5ipAbFhgMN-59" style="endArrow=classic;html=1;rounded=0;exitX=1;exitY=0.5;exitDx=0;exitDy=0;entryX=0;entryY=0.5;entryDx=0;entryDy=0;" target="VbR1kJbd4s5ipAbFhgMN-93" value="">
+           <mxGeometry height="50" relative="1" width="50" as="geometry">
+             <mxPoint x="1460" y="420" as="sourcePoint" />
+             <mxPoint x="1510" y="370" as="targetPoint" />
+           </mxGeometry>
+         </mxCell>
+         <mxCell id="VbR1kJbd4s5ipAbFhgMN-95" parent="1" style="text;html=1;whiteSpace=wrap;strokeColor=none;fillColor=none;align=center;verticalAlign=middle;rounded=0;" value="Ожидание поступления оборудования от Поставщика" vertex="1">
+           <mxGeometry height="75" width="120" x="1340" y="297.5" as="geometry" />
+         </mxCell>
+         <mxCell id="VbR1kJbd4s5ipAbFhgMN-106" edge="1" parent="1" source="VbR1kJbd4s5ipAbFhgMN-100" style="edgeStyle=orthogonalEdgeStyle;rounded=0;orthogonalLoop=1;jettySize=auto;html=1;exitX=1;exitY=0.5;exitDx=0;exitDy=0;entryX=0.5;entryY=1;entryDx=0;entryDy=0;" target="VbR1kJbd4s5ipAbFhgMN-52">
+           <mxGeometry relative="1" as="geometry" />
+         </mxCell>
+         <mxCell id="VbR1kJbd4s5ipAbFhgMN-100" parent="1" style="rounded=1;whiteSpace=wrap;html=1;" value="Приемка оборудования в Системе №3" vertex="1">
+           <mxGeometry height="60" width="120" x="1590" y="360" as="geometry" />
+         </mxCell>
+         <mxCell id="VbR1kJbd4s5ipAbFhgMN-105" edge="1" parent="1" source="VbR1kJbd4s5ipAbFhgMN-101" style="edgeStyle=orthogonalEdgeStyle;rounded=0;orthogonalLoop=1;jettySize=auto;html=1;exitX=1;exitY=0.5;exitDx=0;exitDy=0;entryX=0;entryY=0.5;entryDx=0;entryDy=0;" target="VbR1kJbd4s5ipAbFhgMN-100">
+           <mxGeometry relative="1" as="geometry" />
+         </mxCell>
+         <mxCell id="VbR1kJbd4s5ipAbFhgMN-101" parent="1" style="ellipse;whiteSpace=wrap;html=1;aspect=fixed;fillColor=#d80073;fontColor=#ffffff;strokeColor=#A50040;" value="" vertex="1">
+           <mxGeometry height="40" width="40" x="1490" y="370.0000000000001" as="geometry" />
+         </mxCell>
+         <mxCell id="VbR1kJbd4s5ipAbFhgMN-102" parent="1" style="text;html=1;whiteSpace=wrap;strokeColor=none;fillColor=none;align=center;verticalAlign=middle;rounded=0;" value="Поступление оборудования" vertex="1">
+           <mxGeometry height="30" width="60" x="1490" y="317" as="geometry" />
+         </mxCell>
+         <mxCell id="VbR1kJbd4s5ipAbFhgMN-107" edge="1" parent="1" style="endArrow=none;html=1;rounded=0;" value="">
+           <mxGeometry height="50" relative="1" width="50" as="geometry">
+             <mxPoint x="2880" y="440" as="sourcePoint" />
+             <mxPoint x="2880" y="-320" as="targetPoint" />
+           </mxGeometry>
+         </mxCell>
+         <mxCell id="VbR1kJbd4s5ipAbFhgMN-108" parent="1" style="text;html=1;whiteSpace=wrap;overflow=hidden;rounded=0;" value="&lt;h1 style=&quot;margin-top: 0px;&quot;&gt;&lt;font style=&quot;color: light-dark(rgb(0, 0, 0), rgb(241, 156, 153));&quot;&gt;Неточность&lt;/font&gt;&lt;/h1&gt;&lt;p&gt;Есть ли бизнес-процесс по работе с оценками и обратной связью&lt;/p&gt;" vertex="1">
+           <mxGeometry height="120" width="180" x="2580" y="-460" as="geometry" />
+         </mxCell>
+         <mxCell id="VbR1kJbd4s5ipAbFhgMN-109" parent="1" style="text;html=1;whiteSpace=wrap;overflow=hidden;rounded=0;" value="&lt;h1 style=&quot;margin-top: 0px;&quot;&gt;&lt;font style=&quot;color: light-dark(rgb(0, 0, 0), rgb(241, 156, 153));&quot;&gt;Неточность&lt;/font&gt;&lt;/h1&gt;&lt;p&gt;Отсутствует негативный сценарий и связь с Пользователем&lt;/p&gt;" vertex="1">
+           <mxGeometry height="120" width="180" x="1440" y="450" as="geometry" />
+         </mxCell>
+         <mxCell id="VbR1kJbd4s5ipAbFhgMN-110" parent="1" style="rhombus;whiteSpace=wrap;html=1;" value="" vertex="1">
+           <mxGeometry height="50" width="50" x="2355" y="50" as="geometry" />
+         </mxCell>
+         <mxCell id="VbR1kJbd4s5ipAbFhgMN-115" edge="1" parent="1" source="VbR1kJbd4s5ipAbFhgMN-111" style="edgeStyle=orthogonalEdgeStyle;rounded=0;orthogonalLoop=1;jettySize=auto;html=1;entryX=0.5;entryY=1;entryDx=0;entryDy=0;" target="VbR1kJbd4s5ipAbFhgMN-71">
+           <mxGeometry relative="1" as="geometry">
+             <mxPoint x="2375" y="-170" as="targetPoint" />
+           </mxGeometry>
+         </mxCell>
+         <mxCell id="VbR1kJbd4s5ipAbFhgMN-111" parent="1" style="shape=cross;whiteSpace=wrap;html=1;" value="" vertex="1">
+           <mxGeometry height="40" width="40" x="2360" y="55" as="geometry" />
        </mxCell>
      </root>
    </mxGraphModel>
  </diagram>
</mxfile>
